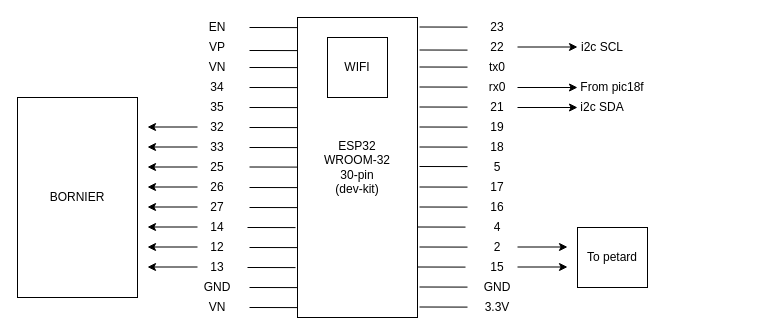
Earlier version of the draw.io diagram es32 PIN.drawio (micky008/boumb-esp32). Source tidied: cells renumbered, new cells numbered last; positions are measured from the earlier drawing's top-left corner, leaving out a move shared by most shapes. Both pictures are drawn from the tidied source at 100%, with x=0, y=0 at pixel (17, 17).
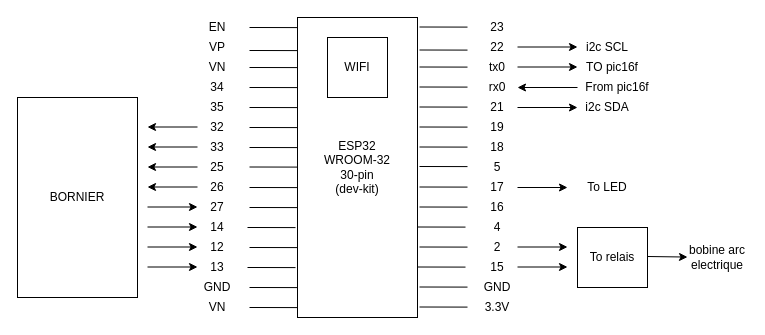
The same diagram, later.

The change refers to these unchanged cells:
```xml
<mxCell id="40" value="17" style="text;html=1;strokeColor=none;fillColor=none;align=center;verticalAlign=middle;whiteSpace=wrap;rounded=0;" parent="1" vertex="1">
  <mxGeometry x="460" y="160" width="40" height="20" as="geometry" />
</mxCell>
```

The edit, as a diff of the source:
```diff
@@
     <mxCell id="66" value="i2c SDA" style="text;html=1;strokeColor=none;fillColor=none;align=center;verticalAlign=middle;whiteSpace=wrap;rounded=0;" parent="1" vertex="1">
-      <mxGeometry x="510" y="80" width="150" height="20" as="geometry" />
+      <mxGeometry x="560" y="80" width="60" height="20" as="geometry" />
     </mxCell>
     <mxCell id="67" value="i2c SCL" style="text;html=1;strokeColor=none;fillColor=none;align=center;verticalAlign=middle;whiteSpace=wrap;rounded=0;" parent="1" vertex="1">
-      <mxGeometry x="510" y="20" width="150" height="20" as="geometry" />
+      <mxGeometry x="565" y="20" width="50" height="20" as="geometry" />
     </mxCell>
-    <mxCell id="68" style="endArrow=classic;html=1;" parent="1" edge="1">
+    <mxCell id="68" style="endArrow=none;html=1;startArrow=classic;startFill=1;endFill=0;" parent="1" edge="1">
       <mxGeometry relative="1" as="geometry">
         <mxPoint x="500" y="70" as="sourcePoint" />
         <mxPoint x="560" y="70" as="targetPoint" />
       </mxGeometry>
     </mxCell>
-    <mxCell id="69" value="From pic18f" style="text;html=1;strokeColor=none;fillColor=none;align=center;verticalAlign=middle;whiteSpace=wrap;rounded=0;" parent="1" vertex="1">
-      <mxGeometry x="520" y="60" width="150" height="20" as="geometry" />
+    <mxCell id="69" value="From pic16f" style="text;html=1;strokeColor=none;fillColor=none;align=center;verticalAlign=middle;whiteSpace=wrap;rounded=0;" parent="1" vertex="1">
+      <mxGeometry x="560" y="60" width="80" height="20" as="geometry" />
     </mxCell>
@@
-    <mxCell id="74" style="endArrow=classic;html=1;" parent="1" edge="1">
+    <mxCell id="74" style="endArrow=none;html=1;startArrow=classic;startFill=1;endFill=0;" parent="1" edge="1">
       <mxGeometry relative="1" as="geometry">
         <mxPoint x="180" y="189.5" as="sourcePoint" />
         <mxPoint x="130" y="189.5" as="targetPoint" />
       </mxGeometry>
     </mxCell>
-    <mxCell id="75" style="endArrow=classic;html=1;" parent="1" edge="1">
+    <mxCell id="75" style="endArrow=none;html=1;startArrow=classic;startFill=1;endFill=0;" parent="1" edge="1">
       <mxGeometry relative="1" as="geometry">
         <mxPoint x="180" y="209.5" as="sourcePoint" />
         <mxPoint x="130" y="209.5" as="targetPoint" />
       </mxGeometry>
     </mxCell>
-    <mxCell id="76" style="endArrow=classic;html=1;" parent="1" edge="1">
-      <mxGeometry relative="1" as="geometry">
-        <mxPoint x="180" y="229.5" as="sourcePoint" />
-        <mxPoint x="130" y="229.5" as="targetPoint" />
-      </mxGeometry>
-    </mxCell>
-    <mxCell id="77" style="endArrow=classic;html=1;" parent="1" edge="1">
-      <mxGeometry relative="1" as="geometry">
-        <mxPoint x="180" y="249.5" as="sourcePoint" />
-        <mxPoint x="130" y="249.5" as="targetPoint" />
-      </mxGeometry>
-    </mxCell>
@@
-    <mxCell id="81" value="To petard" style="rounded=0;whiteSpace=wrap;html=1;" parent="1" vertex="1">
+    <mxCell id="81" value="To relais" style="rounded=0;whiteSpace=wrap;html=1;" parent="1" vertex="1">
       <mxGeometry x="560" y="210" width="70" height="60" as="geometry" />
     </mxCell>
+    <mxCell id="82" style="endArrow=classic;html=1;rounded=0;exitX=1;exitY=0.5;exitDx=0;exitDy=0;" parent="1" edge="1" source="40">
+      <mxGeometry relative="1" as="geometry">
+        <mxPoint x="550" y="170" as="targetPoint" />
+      </mxGeometry>
+    </mxCell>
+    <mxCell id="83" value="To LED" style="text;html=1;align=center;verticalAlign=middle;whiteSpace=wrap;rounded=0;" parent="1" vertex="1">
+      <mxGeometry x="560" y="155" width="60" height="30" as="geometry" />
+    </mxCell>
+    <mxCell id="84" style="endArrow=none;html=1;startArrow=classic;startFill=1;endFill=0;" parent="1" edge="1">
+      <mxGeometry relative="1" as="geometry">
+        <mxPoint x="180" y="229.5" as="sourcePoint" />
+        <mxPoint x="130" y="229.5" as="targetPoint" />
+      </mxGeometry>
+    </mxCell>
+    <mxCell id="85" style="endArrow=none;html=1;startArrow=classic;startFill=1;endFill=0;" parent="1" edge="1">
+      <mxGeometry relative="1" as="geometry">
+        <mxPoint x="180" y="249.5" as="sourcePoint" />
+        <mxPoint x="130" y="249.5" as="targetPoint" />
+      </mxGeometry>
+    </mxCell>
+    <mxCell id="86" style="endArrow=classic;html=1;rounded=0;exitX=1;exitY=0.5;exitDx=0;exitDy=0;" parent="1" edge="1" target="87">
+      <mxGeometry relative="1" as="geometry">
+        <mxPoint x="630" y="239" as="sourcePoint" />
+      </mxGeometry>
+    </mxCell>
+    <mxCell id="87" value="bobine arc&lt;br&gt;electrique" style="text;html=1;align=center;verticalAlign=middle;whiteSpace=wrap;rounded=0;" parent="1" vertex="1">
+      <mxGeometry x="670" y="225" width="60" height="30" as="geometry" />
+    </mxCell>
+    <mxCell id="88" style="endArrow=classic;html=1;" parent="1" edge="1">
+      <mxGeometry relative="1" as="geometry">
+        <mxPoint x="500" y="49.5" as="sourcePoint" />
+        <mxPoint x="560" y="49.5" as="targetPoint" />
+      </mxGeometry>
+    </mxCell>
+    <mxCell id="89" value="TO pic16f" style="text;html=1;strokeColor=none;fillColor=none;align=center;verticalAlign=middle;whiteSpace=wrap;rounded=0;" parent="1" vertex="1">
+      <mxGeometry x="555" y="40" width="80" height="20" as="geometry" />
+    </mxCell>
```
